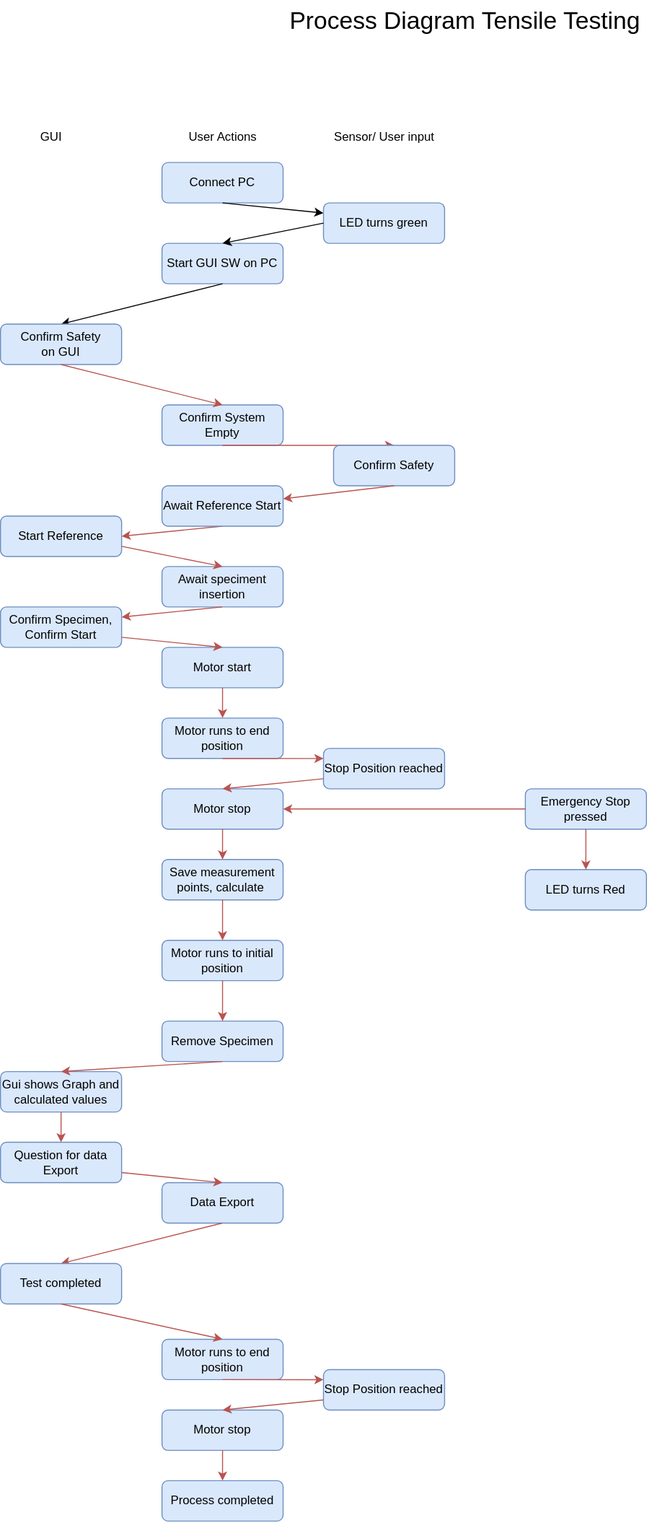
Above: SWDesign/SWDesignProcess.svg in BieriCyril/ZHAW_PM3 (draw.io), before the change. Source tidied: cells renumbered, new cells last; positions are measured from the earlier drawing's top-left corner, leaving out a move shared by most shapes.
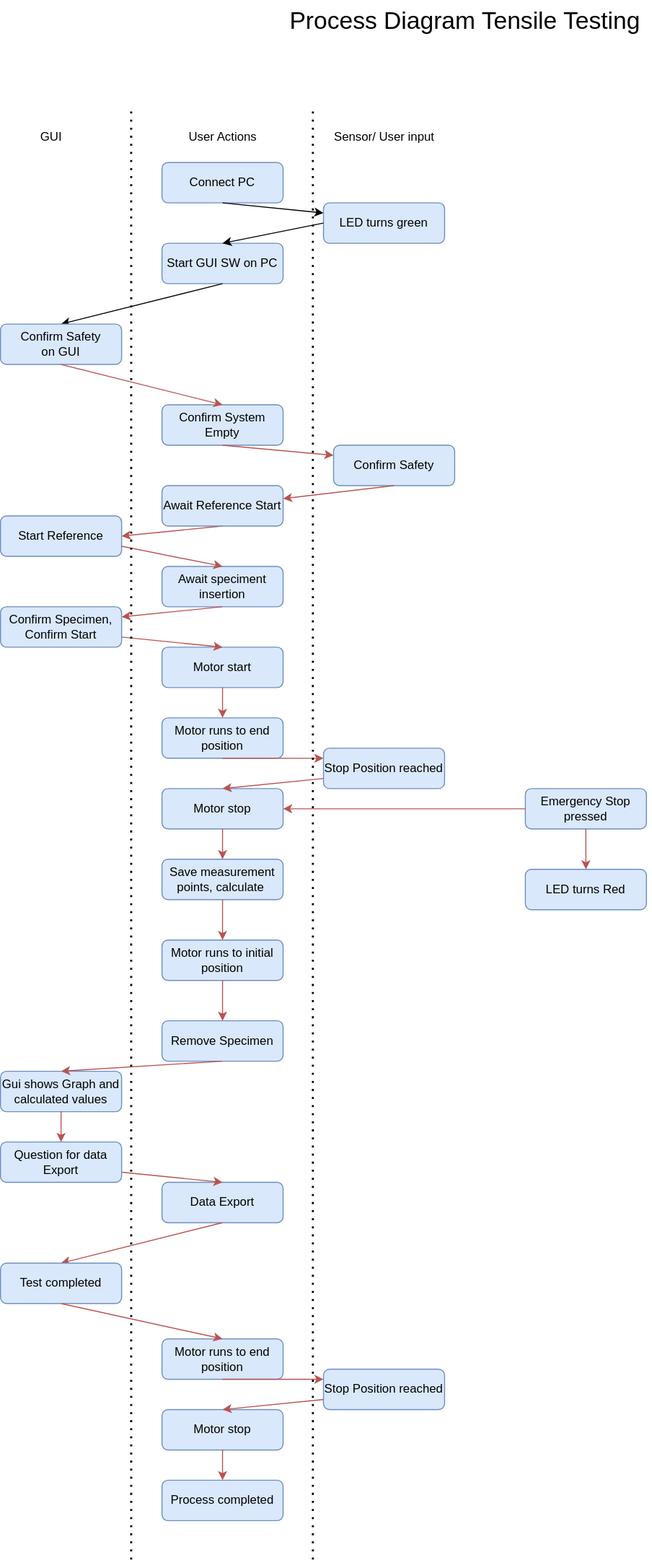
The same file after the commit.

Commit message:
make little nicer

What changed in the source:
```diff
@@ -43,7 +43,7 @@
     <mxCell id="14" style="endArrow=classic;html=1;rounded=0;exitX=0.5;exitY=1;exitDx=0;exitDy=0;entryX=0.5;entryY=0;entryDx=0;entryDy=0;fillColor=#f8cecc;strokeColor=#b85450;" parent="1" edge="1" source="11" target="13">
       <mxGeometry relative="1" as="geometry" />
     </mxCell>
-    <mxCell id="15" style="endArrow=classic;html=1;rounded=0;exitX=0.5;exitY=1;exitDx=0;exitDy=0;entryX=0.5;entryY=0;entryDx=0;entryDy=0;fillColor=#f8cecc;strokeColor=#b85450;" parent="1" edge="1" source="13" target="43">
+    <mxCell id="15" style="endArrow=classic;html=1;rounded=0;exitX=0.5;exitY=1;exitDx=0;exitDy=0;entryX=0;entryY=0.25;entryDx=0;entryDy=0;fillColor=#f8cecc;strokeColor=#b85450;" parent="1" edge="1" source="13" target="43">
       <mxGeometry relative="1" as="geometry" />
     </mxCell>
     <mxCell id="16" value="Motor start" style="rounded=1;whiteSpace=wrap;html=1;fontSize=12;glass=0;strokeWidth=1;shadow=0;fillColor=#dae8fc;strokeColor=#6c8ebf;fontColor=#000000;" parent="1" vertex="1">
@@ -177,5 +177,17 @@
     <mxCell id="58" style="endArrow=classic;html=1;rounded=0;exitX=0;exitY=0.75;exitDx=0;exitDy=0;fillColor=#f8cecc;strokeColor=#b85450;entryX=0.5;entryY=0;entryDx=0;entryDy=0;" parent="1" edge="1" source="45" target="33">
       <mxGeometry relative="1" as="geometry" />
     </mxCell>
+    <mxCell id="59" style="endArrow=none;dashed=1;html=1;dashPattern=1 3;strokeWidth=2;rounded=0;defaultLabelBackgroundColor=page;" parent="1" edge="1">
+      <mxGeometry relative="1" as="geometry">
+        <mxPoint x="130" y="110" as="sourcePoint" />
+        <mxPoint x="130" y="1550" as="targetPoint" />
+      </mxGeometry>
+    </mxCell>
+    <mxCell id="60" style="endArrow=none;dashed=1;html=1;dashPattern=1 3;strokeWidth=2;rounded=0;defaultLabelBackgroundColor=page;" parent="1" edge="1">
+      <mxGeometry relative="1" as="geometry">
+        <mxPoint x="310" y="110" as="sourcePoint" />
+        <mxPoint x="310" y="1550" as="targetPoint" />
+      </mxGeometry>
+    </mxCell>
   </root>
 </mxGraphModel>
```
